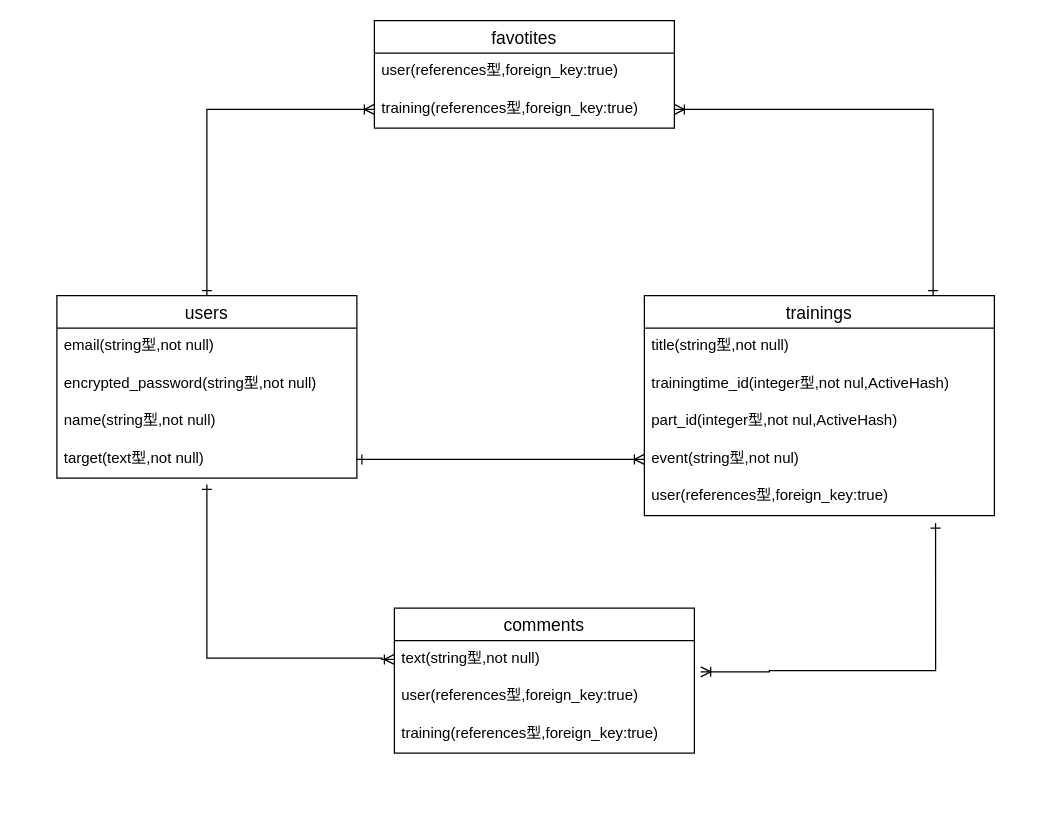
The draw.io diagram test.dio in n622ryo/workout-31017, before the edit. Source tidied: cells renumbered, new cells numbered last; positions are measured from the earlier drawing's top-left corner, leaving out a move shared by most shapes. Both pictures are drawn from the tidied source at 125%, with x=0, y=0 at pixel (56, 20).
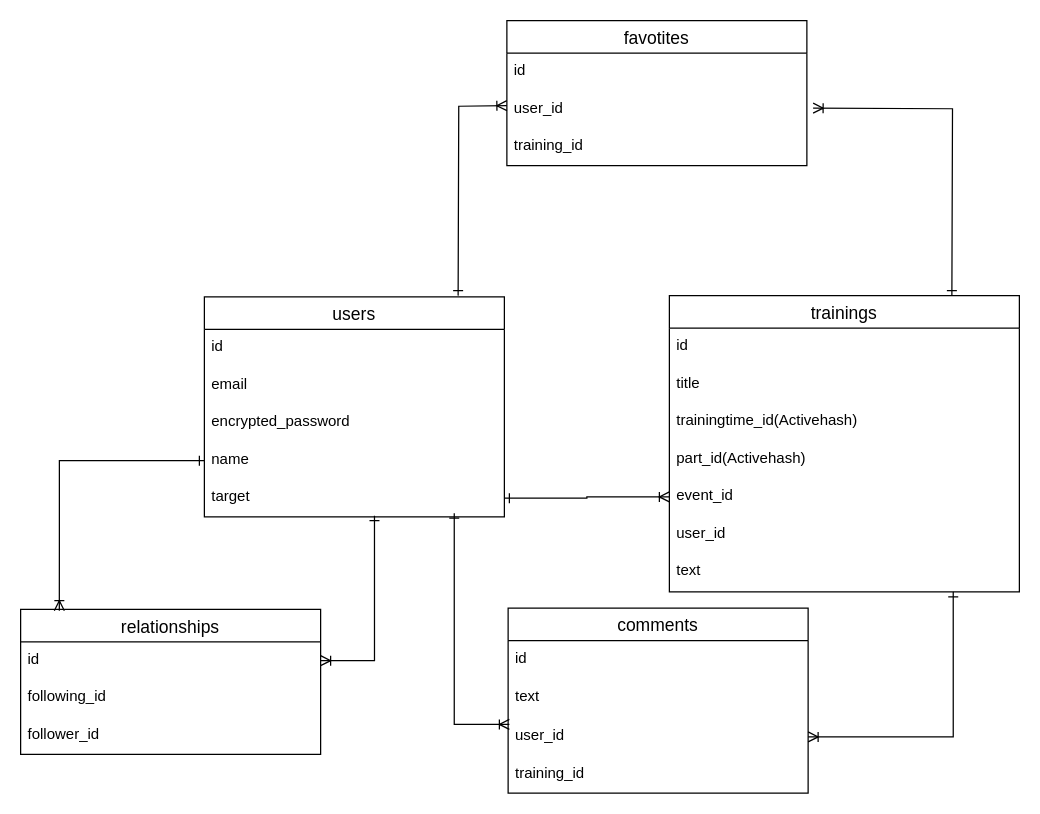
After the change.

Commit message (it also covers changes not shown here):
ER図、アソシエーション更新

The edit, as a diff of the source:
```diff
@@
-    <mxCell id="2" style="edgeStyle=orthogonalEdgeStyle;rounded=0;jettySize=auto;html=1;startArrow=ERoneToMany;startFill=0;endArrow=ERone;endFill=0;exitX=1.021;exitY=-0.167;exitDx=0;exitDy=0;exitPerimeter=0;entryX=0.832;entryY=1.2;entryDx=0;entryDy=0;entryPerimeter=0;" parent="1" edge="1" source="7" target="19">
-      <mxGeometry relative="1" as="geometry">
-        <Array as="points">
-          <mxPoint x="570" y="520" />
-          <mxPoint x="703" y="520" />
-        </Array>
-      </mxGeometry>
-    </mxCell>
-    <mxCell id="3" style="edgeStyle=orthogonalEdgeStyle;rounded=0;jettySize=auto;html=1;startArrow=ERoneToMany;startFill=0;endArrow=ERone;endFill=0;entryX=0.5;entryY=1.167;entryDx=0;entryDy=0;entryPerimeter=0;exitX=0;exitY=0.5;exitDx=0;exitDy=0;" parent="1" edge="1" source="6" target="13">
-      <mxGeometry relative="1" as="geometry">
-        <Array as="points">
-          <mxPoint x="260" y="510" />
-          <mxPoint x="120" y="510" />
-        </Array>
-      </mxGeometry>
-    </mxCell>
@@
     <mxCell id="5" value="comments" style="swimlane;fontStyle=0;horizontal=1;startSize=26;align=center;fontSize=14;" parent="1" vertex="1">
-      <mxGeometry x="270" y="470" width="240" height="116" as="geometry" />
+      <mxGeometry x="361" y="470" width="240" height="148" as="geometry" />
     </mxCell>
-    <mxCell id="6" value="text(string型,not null)" style="text;strokeColor=none;fillColor=none;spacingLeft=4;spacingRight=4;overflow=hidden;points=[[0,0.5],[1,0.5]];portConstraint=eastwest;fontSize=12;" parent="5" vertex="1">
-      <mxGeometry y="26" width="240" height="30" as="geometry" />
+    <mxCell id="6" value="id" style="text;strokeColor=none;fillColor=none;spacingLeft=4;spacingRight=4;overflow=hidden;points=[[0,0.5],[1,0.5]];portConstraint=eastwest;fontSize=12;" parent="5" vertex="1">
+      <mxGeometry y="26" width="240" height="31" as="geometry" />
     </mxCell>
+    <mxCell id="25" value="text" style="text;strokeColor=none;fillColor=none;spacingLeft=4;spacingRight=4;overflow=hidden;fontSize=12;" parent="5" vertex="1">
+      <mxGeometry y="57" width="240" height="31" as="geometry" />
+    </mxCell>
-    <mxCell id="7" value="user(references型,foreign_key:true)" style="text;strokeColor=none;fillColor=none;spacingLeft=4;spacingRight=4;overflow=hidden;points=[[0,0.5],[1,0.5]];portConstraint=eastwest;fontSize=12;" parent="5" vertex="1">
-      <mxGeometry y="56" width="240" height="30" as="geometry" />
+    <mxCell id="7" value="user_id" style="text;strokeColor=none;fillColor=none;spacingLeft=4;spacingRight=4;overflow=hidden;points=[[0,0.5],[1,0.5]];portConstraint=eastwest;fontSize=12;" parent="5" vertex="1">
+      <mxGeometry y="88" width="240" height="30" as="geometry" />
     </mxCell>
-    <mxCell id="8" value="training(references型,foreign_key:true)" style="text;strokeColor=none;fillColor=none;spacingLeft=4;spacingRight=4;overflow=hidden;fontSize=12;" parent="5" vertex="1">
-      <mxGeometry y="86" width="240" height="30" as="geometry" />
+    <mxCell id="8" value="training_id" style="text;strokeColor=none;fillColor=none;spacingLeft=4;spacingRight=4;overflow=hidden;fontSize=12;" parent="5" vertex="1">
+      <mxGeometry y="118" width="240" height="30" as="geometry" />
     </mxCell>
     <mxCell id="9" value="users" style="swimlane;fontStyle=0;horizontal=1;startSize=26;align=center;fontSize=14;" parent="1" vertex="1">
-      <mxGeometry y="220" width="240" height="146" as="geometry" />
+      <mxGeometry x="118" y="221" width="240" height="176" as="geometry" />
     </mxCell>
+    <mxCell id="26" value="id" style="text;strokeColor=none;fillColor=none;spacingLeft=4;spacingRight=4;overflow=hidden;fontSize=12;" parent="9" vertex="1">
+      <mxGeometry y="26" width="240" height="30" as="geometry" />
+    </mxCell>
-    <mxCell id="10" value="email(string型,not null)" style="text;strokeColor=none;fillColor=none;spacingLeft=4;spacingRight=4;overflow=hidden;fontSize=12;" parent="9" vertex="1">
-      <mxGeometry y="26" width="240" height="30" as="geometry" />
+    <mxCell id="10" value="email" style="text;strokeColor=none;fillColor=none;spacingLeft=4;spacingRight=4;overflow=hidden;fontSize=12;" parent="9" vertex="1">
+      <mxGeometry y="56" width="240" height="30" as="geometry" />
     </mxCell>
-    <mxCell id="11" value="encrypted_password(string型,not null)" style="text;strokeColor=none;fillColor=none;spacingLeft=4;spacingRight=4;overflow=hidden;fontSize=12;" parent="9" vertex="1">
-      <mxGeometry y="56" width="240" height="30" as="geometry" />
+    <mxCell id="11" value="encrypted_password" style="text;strokeColor=none;fillColor=none;spacingLeft=4;spacingRight=4;overflow=hidden;fontSize=12;" parent="9" vertex="1">
+      <mxGeometry y="86" width="240" height="30" as="geometry" />
     </mxCell>
-    <mxCell id="12" value="name(string型,not null)" style="text;strokeColor=none;fillColor=none;spacingLeft=4;spacingRight=4;overflow=hidden;points=[[0,0.5],[1,0.5]];portConstraint=eastwest;fontSize=12;" parent="9" vertex="1">
-      <mxGeometry y="86" width="240" height="30" as="geometry" />
+    <mxCell id="12" value="name" style="text;strokeColor=none;fillColor=none;spacingLeft=4;spacingRight=4;overflow=hidden;points=[[0,0.5],[1,0.5]];portConstraint=eastwest;fontSize=12;" parent="9" vertex="1">
+      <mxGeometry y="116" width="240" height="30" as="geometry" />
     </mxCell>
-    <mxCell id="13" value="target(text型,not null)" style="text;strokeColor=none;fillColor=none;spacingLeft=4;spacingRight=4;overflow=hidden;points=[[0,0.5],[1,0.5]];portConstraint=eastwest;fontSize=12;" parent="9" vertex="1">
-      <mxGeometry y="116" width="240" height="30" as="geometry" />
+    <mxCell id="13" value="target" style="text;strokeColor=none;fillColor=none;spacingLeft=4;spacingRight=4;overflow=hidden;points=[[0,0.5],[1,0.5]];portConstraint=eastwest;fontSize=12;" parent="9" vertex="1">
+      <mxGeometry y="146" width="240" height="30" as="geometry" />
     </mxCell>
     <mxCell id="14" value="trainings" style="swimlane;fontStyle=0;horizontal=1;startSize=26;align=center;fontSize=14;" parent="1" vertex="1">
-      <mxGeometry x="470" y="220" width="280" height="176" as="geometry" />
+      <mxGeometry x="490" y="220" width="280" height="237" as="geometry" />
     </mxCell>
-    <mxCell id="15" value="title(string型,not null)" style="text;strokeColor=none;fillColor=none;spacingLeft=4;spacingRight=4;overflow=hidden;fontSize=12;" parent="14" vertex="1">
+    <mxCell id="15" value="id" style="text;strokeColor=none;fillColor=none;spacingLeft=4;spacingRight=4;overflow=hidden;fontSize=12;" parent="14" vertex="1">
       <mxGeometry y="26" width="280" height="30" as="geometry" />
     </mxCell>
+    <mxCell id="27" value="title" style="text;strokeColor=none;fillColor=none;spacingLeft=4;spacingRight=4;overflow=hidden;fontSize=12;" parent="14" vertex="1">
+      <mxGeometry y="56" width="280" height="30" as="geometry" />
+    </mxCell>
-    <mxCell id="16" value="trainingtime_id(integer型,not nul,ActiveHash)" style="text;strokeColor=none;fillColor=none;spacingLeft=4;spacingRight=4;overflow=hidden;fontSize=12;" parent="14" vertex="1">
-      <mxGeometry y="56" width="280" height="30" as="geometry" />
+    <mxCell id="16" value="trainingtime_id(Activehash)" style="text;strokeColor=none;fillColor=none;spacingLeft=4;spacingRight=4;overflow=hidden;fontSize=12;" parent="14" vertex="1">
+      <mxGeometry y="86" width="280" height="30" as="geometry" />
     </mxCell>
-    <mxCell id="17" value="part_id(integer型,not nul,ActiveHash)" style="text;strokeColor=none;fillColor=none;spacingLeft=4;spacingRight=4;overflow=hidden;fontSize=12;" parent="14" vertex="1">
-      <mxGeometry y="86" width="280" height="30" as="geometry" />
+    <mxCell id="17" value="part_id(Activehash)" style="text;strokeColor=none;fillColor=none;spacingLeft=4;spacingRight=4;overflow=hidden;fontSize=12;" parent="14" vertex="1">
+      <mxGeometry y="116" width="280" height="30" as="geometry" />
     </mxCell>
-    <mxCell id="18" value="event(string型,not nul)" style="text;strokeColor=none;fillColor=none;spacingLeft=4;spacingRight=4;overflow=hidden;points=[[0,0.5],[1,0.5]];portConstraint=eastwest;fontSize=12;" parent="14" vertex="1">
-      <mxGeometry y="116" width="280" height="30" as="geometry" />
+    <mxCell id="18" value="event_id" style="text;strokeColor=none;fillColor=none;spacingLeft=4;spacingRight=4;overflow=hidden;points=[[0,0.5],[1,0.5]];portConstraint=eastwest;fontSize=12;" parent="14" vertex="1">
+      <mxGeometry y="146" width="280" height="30" as="geometry" />
     </mxCell>
-    <mxCell id="19" value="user(references型,foreign_key:true)" style="text;strokeColor=none;fillColor=none;spacingLeft=4;spacingRight=4;overflow=hidden;points=[[0,0.5],[1,0.5]];portConstraint=eastwest;fontSize=12;" parent="14" vertex="1">
-      <mxGeometry y="146" width="280" height="30" as="geometry" />
+    <mxCell id="19" value="user_id" style="text;strokeColor=none;fillColor=none;spacingLeft=4;spacingRight=4;overflow=hidden;points=[[0,0.5],[1,0.5]];portConstraint=eastwest;fontSize=12;" parent="14" vertex="1">
+      <mxGeometry y="176" width="280" height="30" as="geometry" />
     </mxCell>
+    <mxCell id="28" value="text" style="text;strokeColor=none;fillColor=none;spacingLeft=4;spacingRight=4;overflow=hidden;points=[[0,0.5],[1,0.5]];portConstraint=eastwest;fontSize=12;" parent="14" vertex="1">
+      <mxGeometry y="206" width="280" height="31" as="geometry" />
+    </mxCell>
     <mxCell id="20" value="favotites" style="swimlane;fontStyle=0;horizontal=1;startSize=26;align=center;fontSize=14;" parent="1" vertex="1">
-      <mxGeometry x="254" width="240" height="86" as="geometry" />
+      <mxGeometry x="360" width="240" height="116" as="geometry" />
     </mxCell>
-    <mxCell id="21" value="user(references型,foreign_key:true)" style="text;strokeColor=none;fillColor=none;spacingLeft=4;spacingRight=4;overflow=hidden;fontSize=12;" parent="20" vertex="1">
+    <mxCell id="21" value="id" style="text;strokeColor=none;fillColor=none;spacingLeft=4;spacingRight=4;overflow=hidden;fontSize=12;" parent="20" vertex="1">
       <mxGeometry y="26" width="240" height="30" as="geometry" />
     </mxCell>
+    <mxCell id="29" value="user_id" style="text;strokeColor=none;fillColor=none;spacingLeft=4;spacingRight=4;overflow=hidden;fontSize=12;" parent="20" vertex="1">
+      <mxGeometry y="56" width="240" height="30" as="geometry" />
+    </mxCell>
-    <mxCell id="22" value="training(references型,foreign_key:true)" style="text;strokeColor=none;fillColor=none;spacingLeft=4;spacingRight=4;overflow=hidden;points=[[0,0.5],[1,0.5]];portConstraint=eastwest;fontSize=12;" parent="20" vertex="1">
-      <mxGeometry y="56" width="240" height="30" as="geometry" />
+    <mxCell id="22" value="training_id" style="text;strokeColor=none;fillColor=none;spacingLeft=4;spacingRight=4;overflow=hidden;points=[[0,0.5],[1,0.5]];portConstraint=eastwest;fontSize=12;" parent="20" vertex="1">
+      <mxGeometry y="86" width="240" height="30" as="geometry" />
     </mxCell>
-    <mxCell id="23" style="edgeStyle=orthogonalEdgeStyle;rounded=0;jettySize=auto;html=1;exitX=1;exitY=0.5;exitDx=0;exitDy=0;entryX=0.825;entryY=0;entryDx=0;entryDy=0;entryPerimeter=0;endArrow=ERone;endFill=0;startArrow=ERoneToMany;startFill=0;" parent="1" edge="1" source="22" target="14">
-      <mxGeometry relative="1" as="geometry" />
+    <mxCell id="23" style="edgeStyle=orthogonalEdgeStyle;rounded=0;orthogonalLoop=1;jettySize=auto;html=1;entryX=0.825;entryY=0;entryDx=0;entryDy=0;entryPerimeter=0;endArrow=ERone;endFill=0;startArrow=ERoneToMany;startFill=0;" parent="1" edge="1">
+      <mxGeometry relative="1" as="geometry">
+        <mxPoint x="605" y="70" as="sourcePoint" />
+        <mxPoint x="716" y="220" as="targetPoint" />
+      </mxGeometry>
     </mxCell>
-    <mxCell id="24" style="edgeStyle=orthogonalEdgeStyle;rounded=0;jettySize=auto;html=1;exitX=0;exitY=0.5;exitDx=0;exitDy=0;startArrow=ERoneToMany;startFill=0;endArrow=ERone;endFill=0;entryX=0.5;entryY=0;entryDx=0;entryDy=0;" parent="1" edge="1" source="22" target="9">
-      <mxGeometry relative="1" as="geometry" />
+    <mxCell id="24" style="edgeStyle=orthogonalEdgeStyle;rounded=0;orthogonalLoop=1;jettySize=auto;html=1;startArrow=ERoneToMany;startFill=0;endArrow=ERone;endFill=0;entryX=0.846;entryY=0.014;entryDx=0;entryDy=0;entryPerimeter=0;" parent="1" edge="1">
+      <mxGeometry relative="1" as="geometry">
+        <mxPoint x="360" y="68" as="sourcePoint" />
+        <mxPoint x="321" y="220" as="targetPoint" />
+      </mxGeometry>
     </mxCell>
+    <mxCell id="30" style="edgeStyle=orthogonalEdgeStyle;rounded=0;orthogonalLoop=1;jettySize=auto;html=1;exitX=0;exitY=0.5;exitDx=0;exitDy=0;entryX=0.833;entryY=1.167;entryDx=0;entryDy=0;entryPerimeter=0;startArrow=ERoneToMany;startFill=0;endArrow=ERone;endFill=0;" parent="1" edge="1">
+      <mxGeometry relative="1" as="geometry">
+        <mxPoint x="362" y="563" as="sourcePoint" />
+        <mxPoint x="317.9" y="394" as="targetPoint" />
+        <Array as="points">
+          <mxPoint x="318" y="563" />
+        </Array>
+      </mxGeometry>
+    </mxCell>
+    <mxCell id="31" value="relationships" style="swimlane;fontStyle=0;horizontal=1;startSize=26;align=center;fontSize=14;" parent="1" vertex="1">
+      <mxGeometry x="-29" y="471" width="240" height="116" as="geometry" />
+    </mxCell>
+    <mxCell id="32" value="id" style="text;strokeColor=none;fillColor=none;spacingLeft=4;spacingRight=4;overflow=hidden;points=[[0,0.5],[1,0.5]];portConstraint=eastwest;fontSize=12;" parent="31" vertex="1">
+      <mxGeometry y="26" width="240" height="30" as="geometry" />
+    </mxCell>
+    <mxCell id="33" value="following_id" style="text;strokeColor=none;fillColor=none;spacingLeft=4;spacingRight=4;overflow=hidden;fontSize=12;" parent="31" vertex="1">
+      <mxGeometry y="56" width="240" height="30" as="geometry" />
+    </mxCell>
+    <mxCell id="34" value="follower_id" style="text;strokeColor=none;fillColor=none;spacingLeft=4;spacingRight=4;overflow=hidden;fontSize=12;" parent="31" vertex="1">
+      <mxGeometry y="86" width="240" height="30" as="geometry" />
+    </mxCell>
+    <mxCell id="35" style="edgeStyle=orthogonalEdgeStyle;rounded=0;jettySize=auto;html=1;exitX=0;exitY=0.5;exitDx=0;exitDy=0;entryX=0.129;entryY=0.009;entryDx=0;entryDy=0;entryPerimeter=0;startArrow=ERone;startFill=0;endArrow=ERoneToMany;endFill=0;" parent="1" edge="1" source="12" target="31">
+      <mxGeometry relative="1" as="geometry" />
+    </mxCell>
+    <mxCell id="36" style="edgeStyle=orthogonalEdgeStyle;rounded=0;jettySize=auto;html=1;exitX=1;exitY=0.5;exitDx=0;exitDy=0;entryX=0.567;entryY=0.967;entryDx=0;entryDy=0;entryPerimeter=0;startArrow=ERoneToMany;startFill=0;endArrow=ERone;endFill=0;" parent="1" edge="1" source="32" target="13">
+      <mxGeometry relative="1" as="geometry" />
+    </mxCell>
+    <mxCell id="37" style="edgeStyle=orthogonalEdgeStyle;rounded=0;jettySize=auto;html=1;exitX=1;exitY=0.5;exitDx=0;exitDy=0;entryX=0.811;entryY=1;entryDx=0;entryDy=0;entryPerimeter=0;startArrow=ERoneToMany;startFill=0;endArrow=ERone;endFill=0;" parent="1" edge="1" source="7" target="28">
+      <mxGeometry relative="1" as="geometry" />
+    </mxCell>
```
